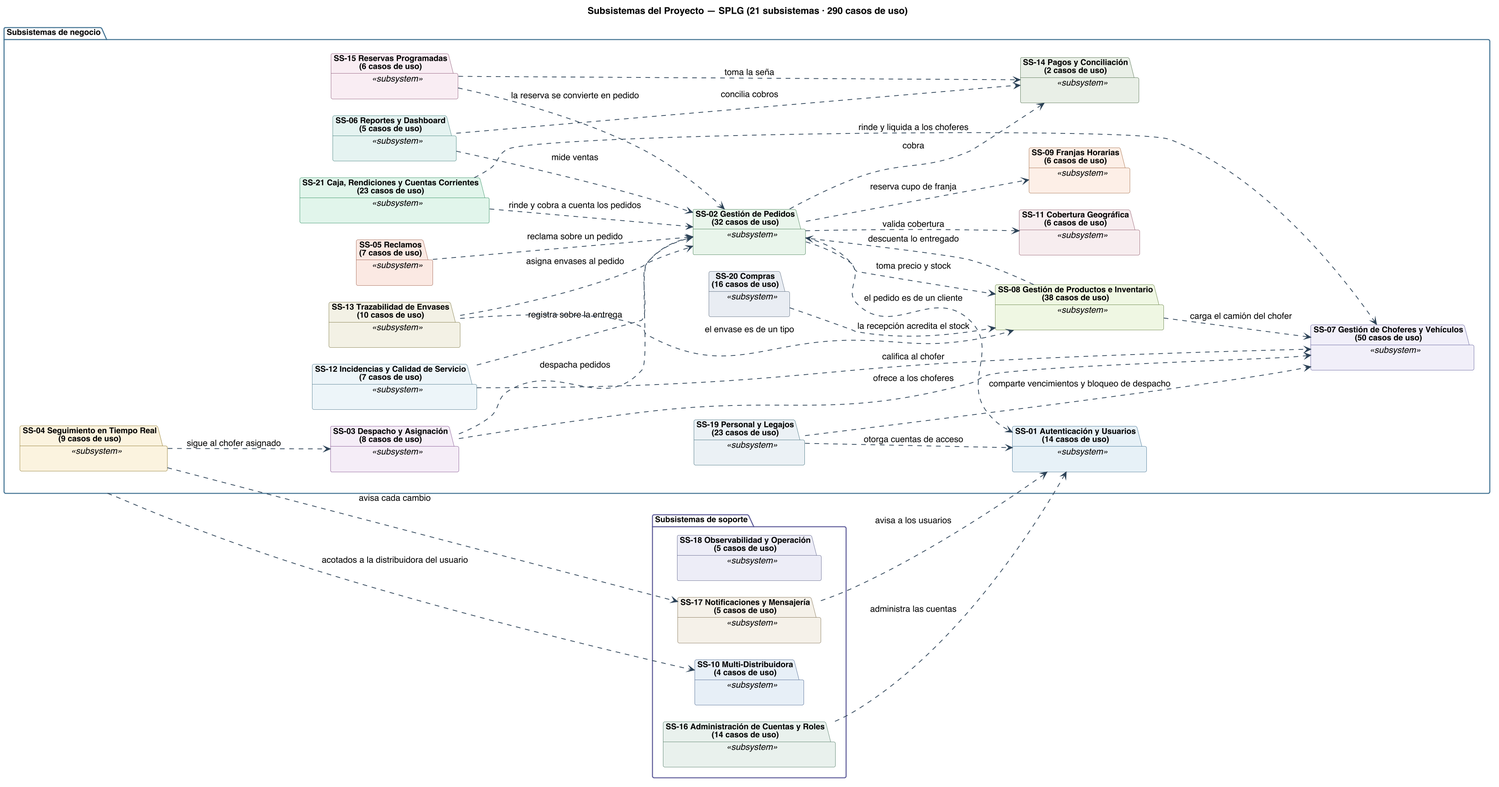
Earlier version of the PlantUML export diagramas/uml/CU_Sistema_Subsistemas.png (Nahuelito-Dev/splg-docs).
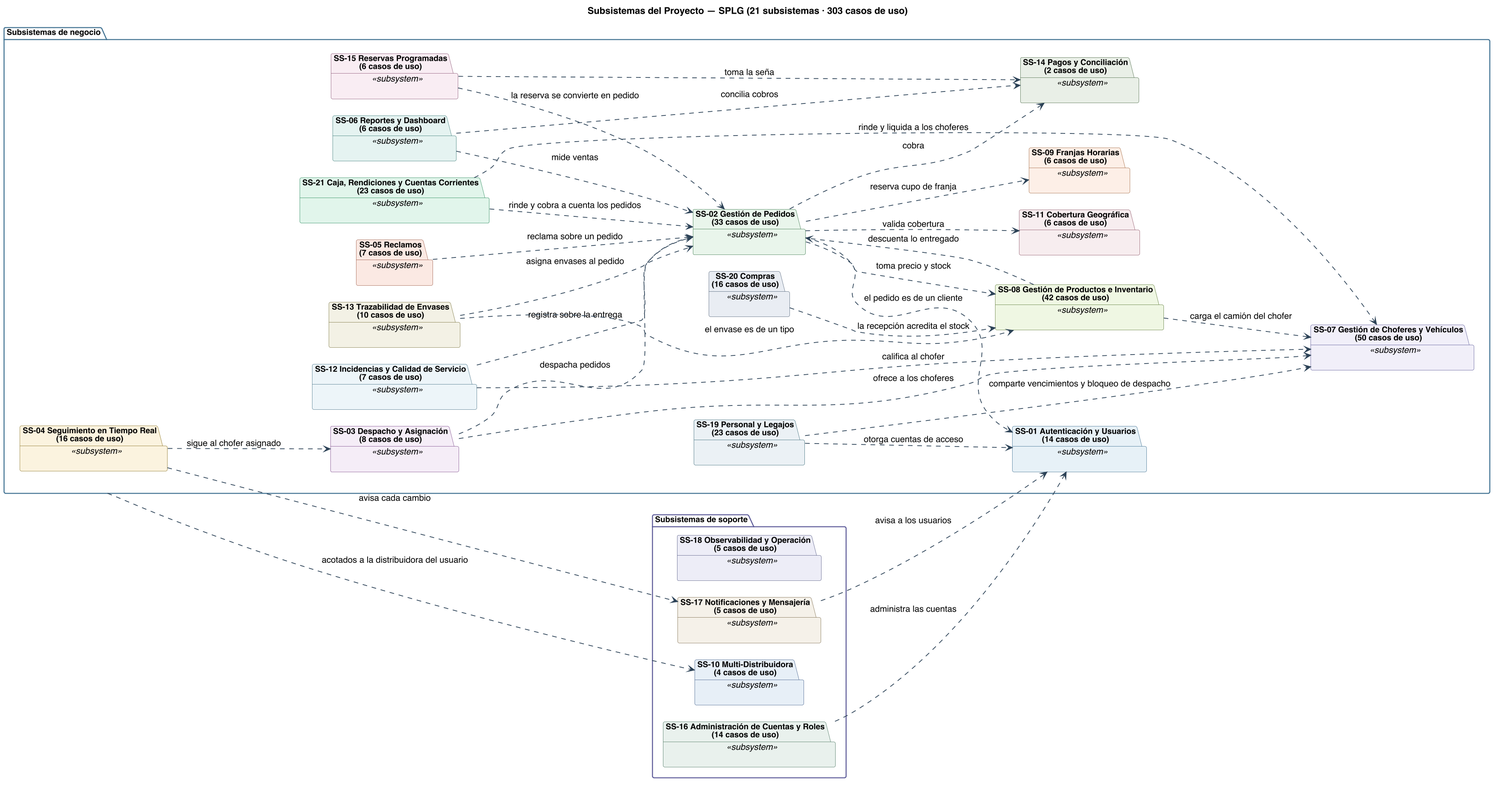
Above is the later version.

Change to the diagram source:
```diff
@@ -1,5 +1,5 @@
 @startuml
-title Subsistemas del Proyecto — SPLG (21 subsistemas · 290 casos de uso)
+title Subsistemas del Proyecto — SPLG (21 subsistemas · 303 casos de uso)
 skinparam backgroundColor #FFFFFF
 skinparam shadowing false
 skinparam defaultFontName Helvetica
@@ -36,19 +36,19 @@
 package "Subsistemas de negocio" as GNEG #back:FFFFFF;line:3C6E8F {
   package "SS-01 Autenticación y Usuarios\n(14 casos de uso)" as MSS01 <<subsystem>> #back:E7F0F6;line:3C6E8F {
   }
-  package "SS-02 Gestión de Pedidos\n(32 casos de uso)" as MSS02 <<subsystem>> #back:E9F4EA;line:3F7A50 {
+  package "SS-02 Gestión de Pedidos\n(33 casos de uso)" as MSS02 <<subsystem>> #back:E9F4EA;line:3F7A50 {
   }
   package "SS-03 Despacho y Asignación\n(8 casos de uso)" as MSS03 <<subsystem>> #back:F5ECF7;line:7B4B8A {
   }
-  package "SS-04 Seguimiento en Tiempo Real\n(9 casos de uso)" as MSS04 <<subsystem>> #back:FBF2DE;line:8A7326 {
+  package "SS-04 Seguimiento en Tiempo Real\n(16 casos de uso)" as MSS04 <<subsystem>> #back:FBF2DE;line:8A7326 {
   }
   package "SS-05 Reclamos\n(7 casos de uso)" as MSS05 <<subsystem>> #back:FAE8E3;line:9C5A46 {
   }
-  package "SS-06 Reportes y Dashboard\n(5 casos de uso)" as MSS06 <<subsystem>> #back:E4F2F1;line:3E7C79 {
+  package "SS-06 Reportes y Dashboard\n(6 casos de uso)" as MSS06 <<subsystem>> #back:E4F2F1;line:3E7C79 {
   }
   package "SS-07 Gestión de Choferes y Vehículos\n(50 casos de uso)" as MSS07 <<subsystem>> #back:F0EEF9;line:5A5896 {
   }
-  package "SS-08 Gestión de Productos e Inventario\n(38 casos de uso)" as MSS08 <<subsystem>> #back:EFF6E2;line:5E7A3A {
+  package "SS-08 Gestión de Productos e Inventario\n(42 casos de uso)" as MSS08 <<subsystem>> #back:EFF6E2;line:5E7A3A {
   }
   package "SS-09 Franjas Horarias\n(6 casos de uso)" as MSS09 <<subsystem>> #back:FDEFE6;line:A26A45 {
   }
```
